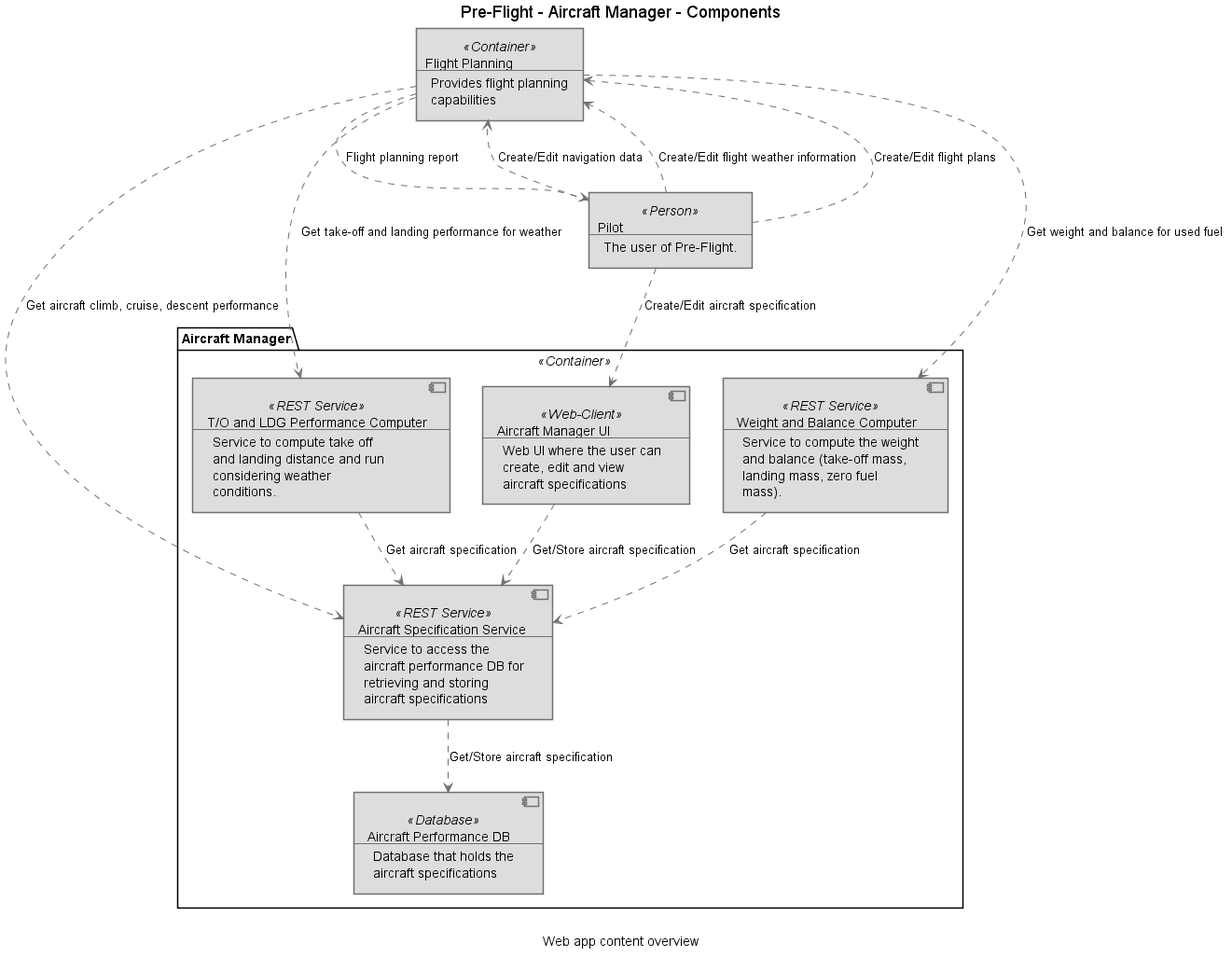
Before: de.rdnp.preflight.architecture/doc/Pre-Flight - Aircraft Manager - Components.png, a diagram exported from PlantUML (rdnp/pre-flight). Its diagram source:
```plantuml
@startuml(id=Aircraft_Manager_Web_App)
scale max 2000x2000
title Pre-Flight - Aircraft Manager - Components
caption Web app content overview

skinparam {
  shadowing false
  arrowColor #707070
  actorBorderColor #707070
  componentBorderColor #707070
  rectangleBorderColor #707070
  noteBackgroundColor #ffffff
  noteBorderColor #707070
}
rectangle 22 <<Container>> #dddddd [
  Flight Planning
  --
  Provides flight planning
  capabilities
]
rectangle 1 <<Person>> #dddddd [
  Pilot
  --
  The user of Pre-Flight.
]
package "Aircraft Manager" <<Container>> {
  component 16 <<Web-Client>> #dddddd [
    Aircraft Manager UI
    --
    Web UI where the user can
    create, edit and view
    aircraft specifications
  ]
  component 15 <<Database>> #dddddd [
    Aircraft Performance DB
    --
    Database that holds the
    aircraft specifications
  ]
  component 12 <<REST Service>> #dddddd [
    Aircraft Specification Service
    --
    Service to access the
    aircraft performance DB for
    retrieving and storing
    aircraft specifications
  ]
  component 14 <<REST Service>> #dddddd [
    T/O and LDG Performance Computer
    --
    Service to compute take off
    and landing distance and run
    considering weather
    conditions.
  ]
  component 13 <<REST Service>> #dddddd [
    Weight and Balance Computer
    --
    Service to compute the weight
    and balance (take-off mass,
    landing mass, zero fuel
    mass).
  ]
}
16 .[#707070].> 12 : Get/Store aircraft specification
12 .[#707070].> 15 : Get/Store aircraft specification
22 .[#707070].> 12 : Get aircraft climb, cruise, descent performance
22 .[#707070].> 1 : Flight planning report
22 .[#707070].> 14 : Get take-off and landing performance for weather
22 .[#707070].> 13 : Get weight and balance for used fuel
1 .[#707070].> 16 : Create/Edit aircraft specification
1 .[#707070].> 22 : Create/Edit navigation data
1 .[#707070].> 22 : Create/Edit flight weather information
1 .[#707070].> 22 : Create/Edit flight plans
14 .[#707070].> 12 : Get aircraft specification
13 .[#707070].> 12 : Get aircraft specification
@enduml
```
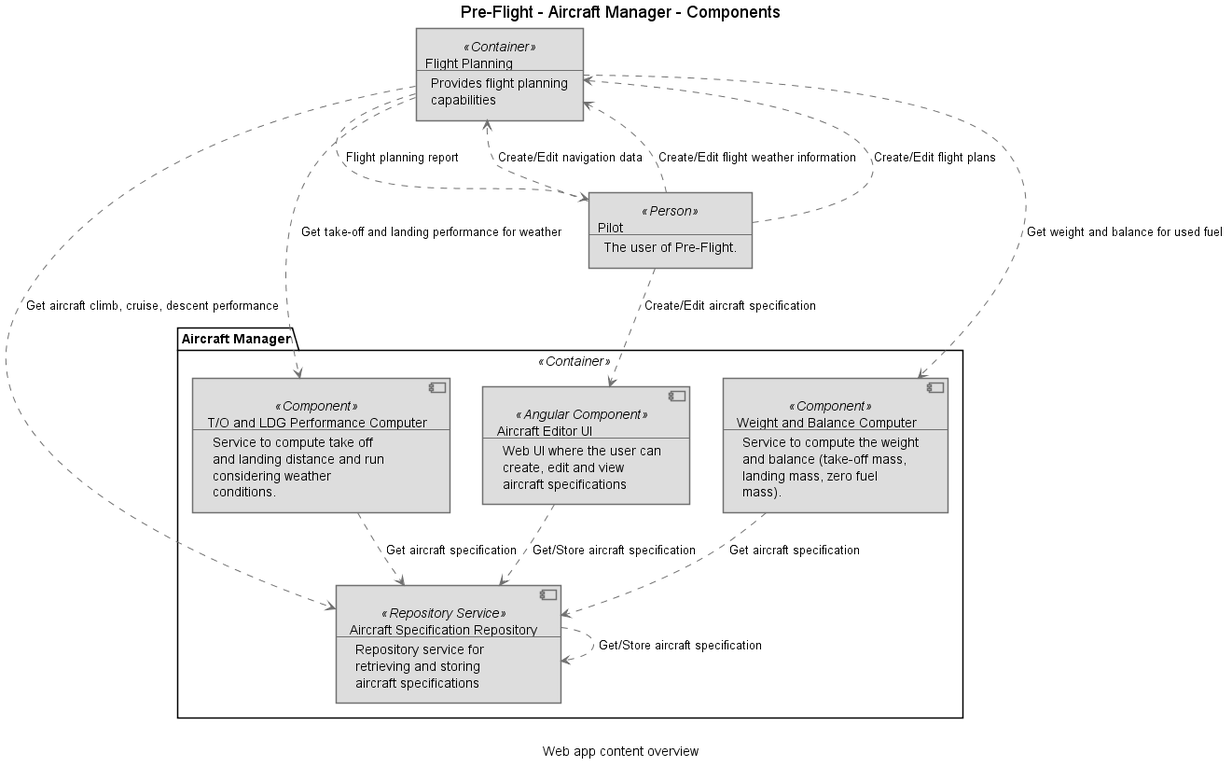
Later version of the same file.

Change to the diagram source:
```diff
@@ -1,4 +1,4 @@
-@startuml(id=Aircraft_Manager_Web_App)
+@startuml(id=Pre-Flight_-_Aircraft_Manager_-_Components)
 scale max 2000x2000
 title Pre-Flight - Aircraft Manager - Components
 caption Web app content overview
@@ -12,7 +12,7 @@
   noteBackgroundColor #ffffff
   noteBorderColor #707070
 }
-rectangle 22 <<Container>> #dddddd [
+rectangle 21 <<Container>> #dddddd [
   Flight Planning
   --
   Provides flight planning
@@ -24,28 +24,21 @@
   The user of Pre-Flight.
 ]
 package "Aircraft Manager" <<Container>> {
-  component 16 <<Web-Client>> #dddddd [
-    Aircraft Manager UI
+  component 15 <<Angular Component>> #dddddd [
+    Aircraft Editor UI
     --
     Web UI where the user can
     create, edit and view
     aircraft specifications
   ]
-  component 15 <<Database>> #dddddd [
-    Aircraft Performance DB
+  component 12 <<Repository Service>> #dddddd [
+    Aircraft Specification Repository
     --
-    Database that holds the
-    aircraft specifications
-  ]
-  component 12 <<REST Service>> #dddddd [
-    Aircraft Specification Service
-    --
-    Service to access the
-    aircraft performance DB for
+    Repository service for
     retrieving and storing
     aircraft specifications
   ]
-  component 14 <<REST Service>> #dddddd [
+  component 14 <<Component>> #dddddd [
     T/O and LDG Performance Computer
     --
     Service to compute take off
@@ -53,7 +46,7 @@
     considering weather
     conditions.
   ]
-  component 13 <<REST Service>> #dddddd [
+  component 13 <<Component>> #dddddd [
     Weight and Balance Computer
     --
     Service to compute the weight
@@ -62,16 +55,16 @@
     mass).
   ]
 }
-16 .[#707070].> 12 : Get/Store aircraft specification
-12 .[#707070].> 15 : Get/Store aircraft specification
-22 .[#707070].> 12 : Get aircraft climb, cruise, descent performance
-22 .[#707070].> 1 : Flight planning report
-22 .[#707070].> 14 : Get take-off and landing performance for weather
-22 .[#707070].> 13 : Get weight and balance for used fuel
-1 .[#707070].> 16 : Create/Edit aircraft specification
-1 .[#707070].> 22 : Create/Edit navigation data
-1 .[#707070].> 22 : Create/Edit flight weather information
-1 .[#707070].> 22 : Create/Edit flight plans
+15 .[#707070].> 12 : Get/Store aircraft specification
+12 .[#707070].> 12 : Get/Store aircraft specification
+21 .[#707070].> 12 : Get aircraft climb, cruise, descent performance
+21 .[#707070].> 1 : Flight planning report
+21 .[#707070].> 14 : Get take-off and landing performance for weather
+21 .[#707070].> 13 : Get weight and balance for used fuel
+1 .[#707070].> 15 : Create/Edit aircraft specification
+1 .[#707070].> 21 : Create/Edit navigation data
+1 .[#707070].> 21 : Create/Edit flight weather information
+1 .[#707070].> 21 : Create/Edit flight plans
 14 .[#707070].> 12 : Get aircraft specification
 13 .[#707070].> 12 : Get aircraft specification
 @enduml
```
